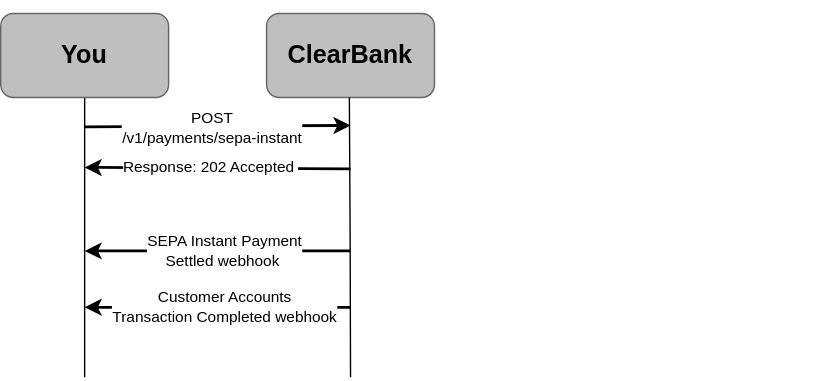
The draw.io diagram static/assets/images/send-a-sepa-ct-payment.svg in clearbank/clearbank.github.io, before a commit. Source tidied: cells renumbered, new cells last; positions are measured from the earlier drawing's top-left corner, leaving out a move shared by most shapes.
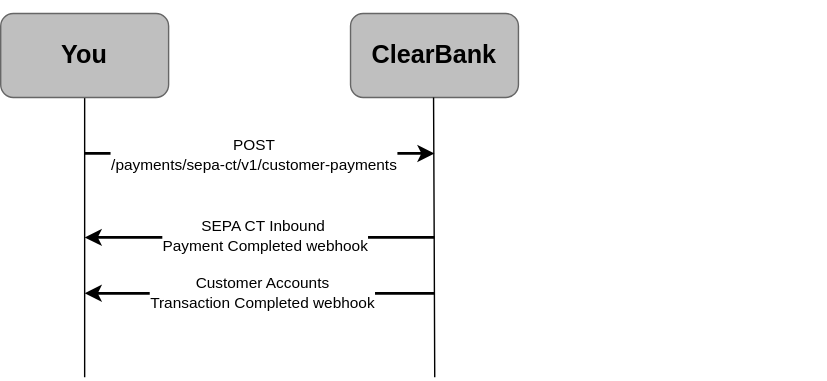
The same diagram one commit later.

Change to the diagram source:
```diff
@@ -3,34 +3,23 @@
     <mxCell id="0" />
     <mxCell id="1" parent="0" />
     <mxCell id="2" value="ClearBank" style="rounded=1;whiteSpace=wrap;html=1;strokeColor=#666666;fillColor=#BFBFBF;gradientColor=none;fontFamily=Arial;fontStyle=1;fontSize=18;" parent="1" vertex="1">
-      <mxGeometry x="190" y="10" width="120" height="60" as="geometry" />
+      <mxGeometry x="250" y="10" width="120" height="60" as="geometry" />
     </mxCell>
     <mxCell id="3" style="endArrow=classic;html=1;rounded=0;strokeWidth=2;fontFamily=Arial;" parent="1" edge="1">
       <mxGeometry relative="1" as="geometry">
-        <mxPoint x="250" y="121" as="sourcePoint" />
-        <mxPoint x="60" y="120" as="targetPoint" />
+        <mxPoint x="310" y="170" as="sourcePoint" />
+        <mxPoint x="60" y="170" as="targetPoint" />
       </mxGeometry>
     </mxCell>
-    <mxCell id="4" value="Response: 202 Accepted&amp;nbsp;" style="edgeLabel;html=1;align=center;verticalAlign=middle;fontFamily=Arial;" parent="3" vertex="1">
+    <mxCell id="4" value="&lt;div&gt;SEPA CT Inbound&amp;nbsp;&lt;/div&gt;&lt;div&gt;Payment Completed webhook&lt;/div&gt;" style="edgeLabel;html=1;align=center;verticalAlign=middle;fontFamily=Arial;" parent="3" vertex="1">
       <mxGeometry x="0.09" y="-1" relative="1" as="geometry">
-        <mxPoint x="3" as="offset" />
+        <mxPoint x="15" as="offset" />
       </mxGeometry>
     </mxCell>
-    <mxCell id="5" style="endArrow=classic;html=1;rounded=0;strokeWidth=2;fontFamily=Arial;" parent="1" edge="1">
-      <mxGeometry relative="1" as="geometry">
-        <mxPoint x="250" y="179.7" as="sourcePoint" />
-        <mxPoint x="60" y="179.7" as="targetPoint" />
-      </mxGeometry>
-    </mxCell>
-    <mxCell id="6" value="SEPA Instant Payment&lt;br&gt;Settled webhook&amp;nbsp;" style="edgeLabel;html=1;align=center;verticalAlign=middle;fontFamily=Arial;" parent="5" vertex="1">
-      <mxGeometry x="0.09" y="-1" relative="1" as="geometry">
-        <mxPoint x="13" y="1" as="offset" />
-      </mxGeometry>
-    </mxCell>
     <mxCell id="7" style="edgeStyle=orthogonalEdgeStyle;rounded=0;orthogonalLoop=1;jettySize=auto;html=1;endArrow=none;endFill=0;fontFamily=Arial;" parent="1" edge="1">
       <mxGeometry relative="1" as="geometry">
-        <mxPoint x="249.2" y="70" as="sourcePoint" />
-        <mxPoint x="250" y="270" as="targetPoint" />
+        <mxPoint x="309.3" y="70" as="sourcePoint" />
+        <mxPoint x="310.2" y="270" as="targetPoint" />
       </mxGeometry>
     </mxCell>
     <mxCell id="8" style="edgeStyle=orthogonalEdgeStyle;rounded=0;jettySize=auto;html=1;endArrow=none;endFill=0;fontFamily=Arial;" parent="1" edge="1" source="9">
@@ -41,17 +30,6 @@
     <mxCell id="9" value="You" style="rounded=1;whiteSpace=wrap;html=1;strokeColor=#666666;fillColor=#BFBFBF;gradientColor=none;fontFamily=Arial;fontStyle=1;fontSize=18;" parent="1" vertex="1">
       <mxGeometry y="10" width="120" height="60" as="geometry" />
     </mxCell>
-    <mxCell id="10" style="endArrow=classic;html=1;rounded=0;strokeWidth=2;fontFamily=Arial;" parent="1" edge="1">
-      <mxGeometry relative="1" as="geometry">
-        <mxPoint x="60" y="91" as="sourcePoint" />
-        <mxPoint x="250" y="90" as="targetPoint" />
-      </mxGeometry>
-    </mxCell>
-    <mxCell id="11" value="POST&lt;br&gt;/v1/payments/sepa-instant" style="edgeLabel;html=1;align=center;verticalAlign=middle;fontFamily=Arial;" parent="10" vertex="1">
-      <mxGeometry x="0.09" y="-1" relative="1" as="geometry">
-        <mxPoint x="-13" as="offset" />
-      </mxGeometry>
-    </mxCell>
     <mxCell id="12" style="rounded=1;whiteSpace=wrap;html=1;fillColor=none;strokeColor=none;" parent="1" vertex="1">
       <mxGeometry x="370" y="150" width="220" height="60" as="geometry" />
     </mxCell>
@@ -60,8 +38,8 @@
     </mxCell>
     <mxCell id="14" style="endArrow=classic;html=1;rounded=0;strokeWidth=2;fontFamily=Arial;" parent="1" edge="1">
       <mxGeometry relative="1" as="geometry">
-        <mxPoint x="250" y="220" as="sourcePoint" />
-        <mxPoint x="60" y="220" as="targetPoint" />
+        <mxPoint x="310" y="210" as="sourcePoint" />
+        <mxPoint x="60" y="210" as="targetPoint" />
       </mxGeometry>
     </mxCell>
     <mxCell id="15" value="Customer Accounts&lt;br&gt;Transaction Completed webhook" style="edgeLabel;html=1;align=center;verticalAlign=middle;fontFamily=Arial;" parent="14" vertex="1">
@@ -69,5 +47,16 @@
         <mxPoint x="13" y="1" as="offset" />
       </mxGeometry>
     </mxCell>
+    <mxCell id="16" style="endArrow=classic;html=1;rounded=0;strokeWidth=2;fontFamily=Arial;" parent="1" edge="1">
+      <mxGeometry relative="1" as="geometry">
+        <mxPoint x="60" y="110" as="sourcePoint" />
+        <mxPoint x="310" y="110" as="targetPoint" />
+      </mxGeometry>
+    </mxCell>
+    <mxCell id="17" value="&lt;div&gt;POST&lt;/div&gt;&lt;div&gt;/payments/sepa-ct/v1/customer-payments&lt;/div&gt;" style="edgeLabel;html=1;align=center;verticalAlign=middle;fontFamily=Arial;" parent="16" vertex="1">
+      <mxGeometry x="0.09" y="-1" relative="1" as="geometry">
+        <mxPoint x="-15" as="offset" />
+      </mxGeometry>
+    </mxCell>
   </root>
 </mxGraphModel>
```
